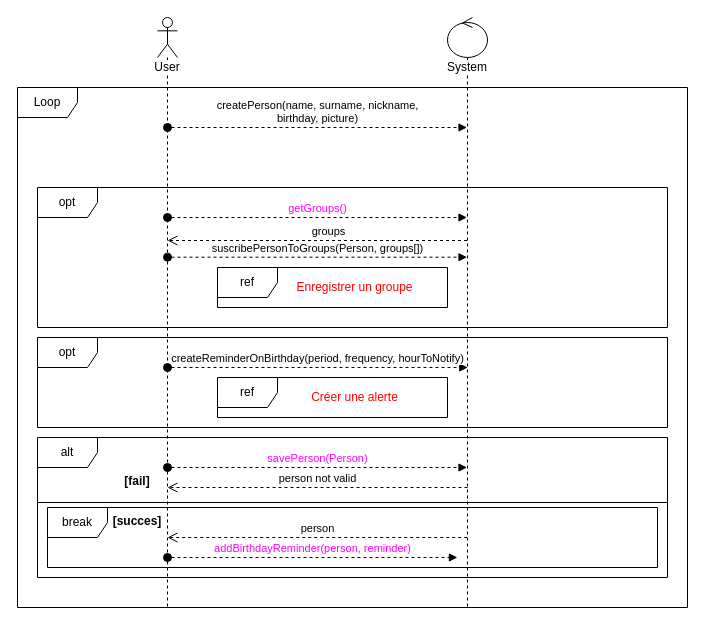
Before: conception/DSS/UC#1-AddPerson.drawio in Lune00/project-wish-to-offer, a draw.io diagram. Source tidied: cells renumbered, new cells numbered last; positions are measured from the earlier drawing's top-left corner, leaving out a move shared by most shapes. Both pictures are drawn from the tidied source at 100%, with x=0, y=0 at pixel (17, 17).
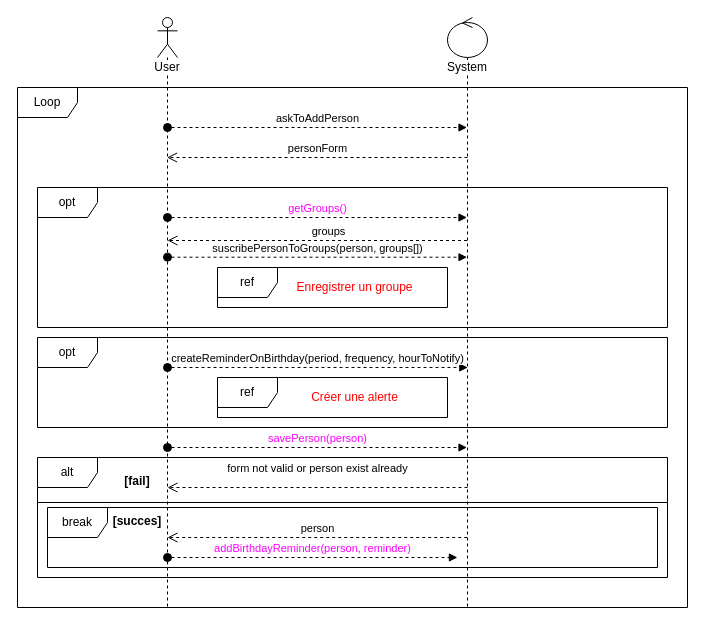
Above is the later version.

Unchanged cells that the change refers to:
```xml
<mxCell id="4" value="User" style="shape=umlLifeline;participant=umlActor;perimeter=lifelinePerimeter;whiteSpace=wrap;html=1;verticalAlign=top;spacingTop=36;labelBackgroundColor=#ffffff;outlineConnect=0;" parent="1" vertex="1">
  <mxGeometry x="140" width="20" height="590" as="geometry" />
</mxCell>
<mxCell id="7" value="System" style="shape=umlLifeline;participant=umlControl;perimeter=lifelinePerimeter;whiteSpace=wrap;html=1;verticalAlign=top;spacingTop=36;labelBackgroundColor=#ffffff;outlineConnect=0;" parent="1" vertex="1">
  <mxGeometry x="430" width="40" height="590" as="geometry" />
</mxCell>
```

The edit, as a diff of the source:
```diff
@@
+    <mxCell id="5" value="Loop" style="shape=umlFrame;whiteSpace=wrap;html=1;" parent="1" vertex="1">
+      <mxGeometry y="70" width="670" height="520" as="geometry" />
+    </mxCell>
@@
     <mxCell id="3" value="alt" style="shape=umlFrame;whiteSpace=wrap;html=1;" parent="1" vertex="1">
-      <mxGeometry x="20" y="420" width="630" height="140" as="geometry" />
+      <mxGeometry x="20" y="440" width="630" height="120" as="geometry" />
     </mxCell>
@@
-    <mxCell id="5" value="Loop" style="shape=umlFrame;whiteSpace=wrap;html=1;" parent="1" vertex="1">
-      <mxGeometry y="70" width="670" height="520" as="geometry" />
-    </mxCell>
@@
-    <mxCell id="11" value="savePerson(Person)" style="html=1;verticalAlign=bottom;startArrow=oval;startFill=1;endArrow=block;startSize=8;dashed=1;fontColor=#FF00FF;" parent="1" edge="1" target="7">
-      <mxGeometry relative="1" as="geometry">
-        <mxPoint x="150" y="450" as="sourcePoint" />
-      </mxGeometry>
-    </mxCell>
-    <mxCell id="12" value="person not valid" style="html=1;verticalAlign=bottom;endArrow=open;dashed=1;endSize=8;" parent="1" edge="1">
-      <mxGeometry relative="1" as="geometry">
+    <mxCell id="12" value="form not valid or person exist already" style="html=1;verticalAlign=bottom;endArrow=open;dashed=1;endSize=8;" parent="1" edge="1">
+      <mxGeometry y="-10" relative="1" as="geometry">
         <mxPoint x="450" y="470" as="sourcePoint" />
         <mxPoint x="150" y="470" as="targetPoint" />
       </mxGeometry>
     </mxCell>
@@
-    <mxCell id="24" value="&lt;span style=&quot;color: rgb(0 , 0 , 0) ; text-align: left&quot;&gt;createPerson(name, surname, nickname,&lt;/span&gt;&lt;br style=&quot;color: rgb(0 , 0 , 0) ; text-align: left&quot;&gt;&lt;span style=&quot;color: rgb(0 , 0 , 0) ; text-align: left&quot;&gt;birthday, picture)&lt;/span&gt;" style="html=1;verticalAlign=bottom;startArrow=oval;startFill=1;endArrow=block;startSize=8;dashed=1;fontColor=#33FF33;" parent="1" edge="1" target="7">
+    <mxCell id="24" value="&lt;div style=&quot;text-align: left&quot;&gt;&lt;font color=&quot;#000000&quot;&gt;askToAddPerson&lt;/font&gt;&lt;/div&gt;" style="html=1;verticalAlign=bottom;startArrow=oval;startFill=1;endArrow=block;startSize=8;dashed=1;fontColor=#33FF33;" parent="1" edge="1" target="7">
       <mxGeometry relative="1" as="geometry">
         <mxPoint x="150" y="110" as="sourcePoint" />
       </mxGeometry>
     </mxCell>
-    <mxCell id="25" value="&lt;span style=&quot;color: rgb(0 , 0 , 0) ; text-align: left&quot;&gt;suscribePersonToGroups(Person, groups[])&lt;/span&gt;" style="html=1;verticalAlign=bottom;startArrow=oval;startFill=1;endArrow=block;startSize=8;dashed=1;fontColor=#33FF33;" parent="1" edge="1" target="7">
+    <mxCell id="25" value="&lt;span style=&quot;color: rgb(0 , 0 , 0) ; text-align: left&quot;&gt;suscribePersonToGroups(person, groups[])&lt;/span&gt;" style="html=1;verticalAlign=bottom;startArrow=oval;startFill=1;endArrow=block;startSize=8;dashed=1;fontColor=#33FF33;" parent="1" edge="1" target="7">
       <mxGeometry relative="1" as="geometry">
         <mxPoint x="150" y="239.7" as="sourcePoint" />
       </mxGeometry>
     </mxCell>
@@
+    <mxCell id="27" value="savePerson(person)" style="html=1;verticalAlign=bottom;startArrow=oval;startFill=1;endArrow=block;startSize=8;dashed=1;fontColor=#FF00FF;" parent="1" edge="1">
+      <mxGeometry relative="1" as="geometry">
+        <mxPoint x="150" y="430" as="sourcePoint" />
+        <mxPoint x="449.5" y="430" as="targetPoint" />
+      </mxGeometry>
+    </mxCell>
+    <mxCell id="28" value="personForm" style="html=1;verticalAlign=bottom;endArrow=open;dashed=1;endSize=8;" parent="1" edge="1" target="4">
+      <mxGeometry relative="1" as="geometry">
+        <mxPoint x="450" y="140" as="sourcePoint" />
+      </mxGeometry>
+    </mxCell>
```
